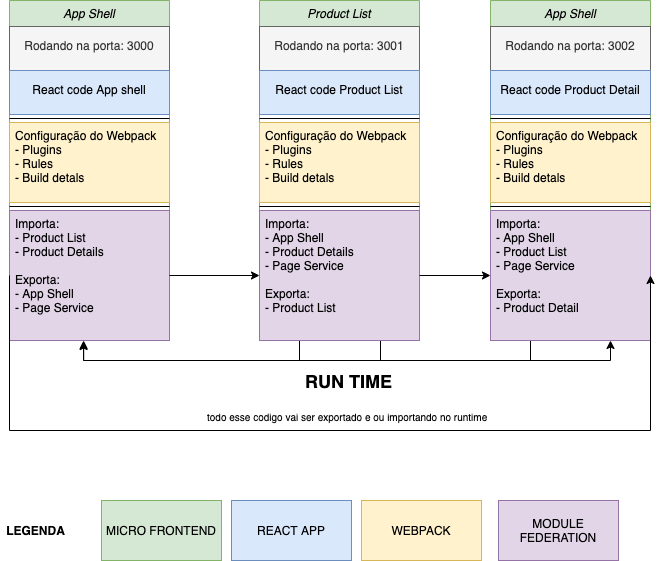
Earlier version of the draw.io export mfe.png (rocketseat-creators-program/live-micro-frontends-module-federation-2021-03-18). Source tidied: cells renumbered, new cells last; positions are measured from the earlier drawing's top-left corner, leaving out a move shared by most shapes.
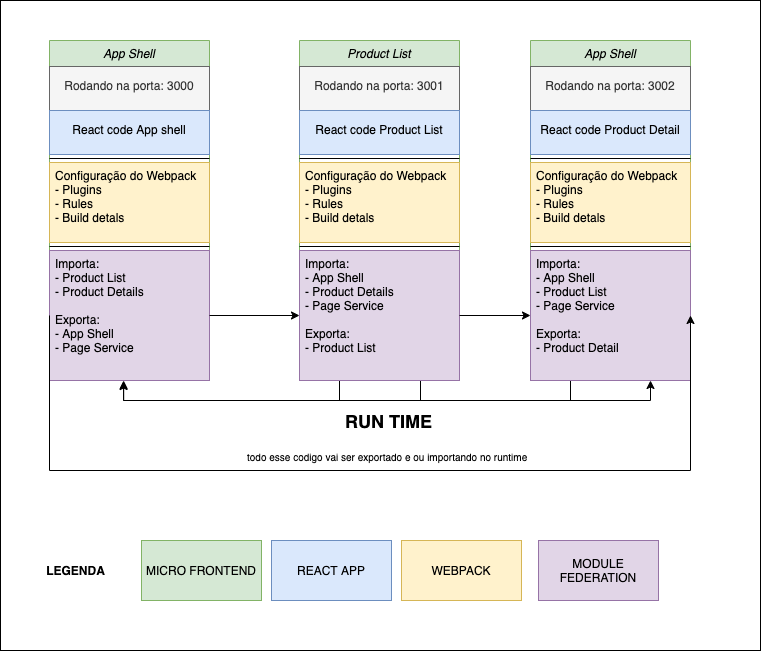
The same file after the commit.

What changed in the source:
```diff
@@ -2,6 +2,9 @@
   <root>
     <mxCell id="0" />
     <mxCell id="1" parent="0" />
+    <mxCell id="35" style="rounded=0;whiteSpace=wrap;html=1;align=center;" parent="1" vertex="1">
+      <mxGeometry x="-40" y="-40" width="760" height="650" as="geometry" />
+    </mxCell>
     <mxCell id="2" value="App Shell" style="swimlane;fontStyle=2;align=center;verticalAlign=top;horizontal=1;startSize=26;rounded=0;shadow=0;strokeWidth=1;fillColor=#d5e8d4;strokeColor=#82b366;" parent="1" vertex="1">
       <mxGeometry x="9" width="160" height="340" as="geometry" />
     </mxCell>
```
